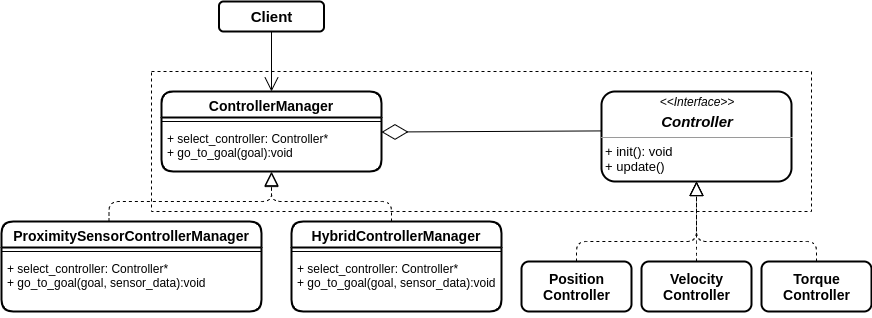
Above: factory_pattern/images/factory_pattern.png in giusebar/design_patterns_robotics (draw.io), before the change. Source tidied: cells renumbered, new cells last; positions are measured from the earlier drawing's top-left corner, leaving out a move shared by most shapes.
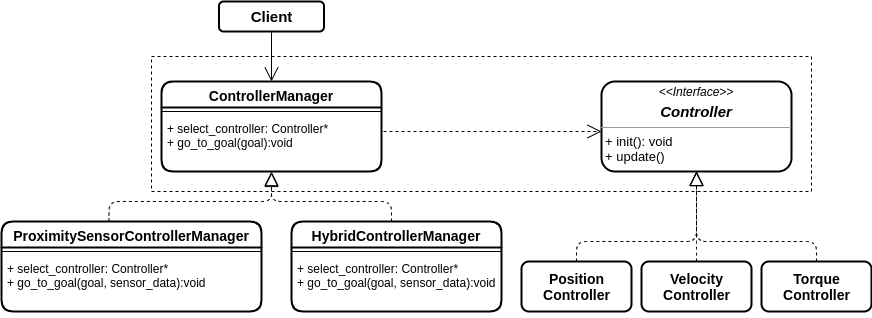
Above is the later version.

Commit message:
update uml for factory pattern

What changed in the source:
```diff
@@ -3,29 +3,26 @@
     <mxCell id="0" />
     <mxCell id="1" parent="0" />
     <mxCell id="2" value="&lt;p style=&quot;margin: 0px ; margin-top: 4px ; text-align: center&quot;&gt;&lt;i&gt;&amp;lt;&amp;lt;Interface&amp;gt;&amp;gt;&lt;/i&gt;&lt;/p&gt;&lt;p style=&quot;margin: 4px 0px 0px ; text-align: center&quot;&gt;&lt;font&gt;&lt;i&gt;&lt;b&gt;&lt;font style=&quot;font-size: 15px&quot;&gt;Controller&lt;/font&gt;&lt;/b&gt;&lt;/i&gt;&lt;/font&gt;&lt;/p&gt;&lt;hr size=&quot;1&quot;&gt;&lt;p style=&quot;margin: 0px 0px 0px 4px ; font-size: 13px&quot;&gt;&lt;font style=&quot;font-size: 13px&quot;&gt;+ init(): void&lt;/font&gt;&lt;/p&gt;&lt;p style=&quot;margin: 0px 0px 0px 4px ; font-size: 13px&quot;&gt;&lt;font style=&quot;font-size: 13px&quot;&gt;+ update()&lt;/font&gt;&lt;/p&gt;" style="verticalAlign=top;align=left;overflow=fill;fontSize=12;fontFamily=Helvetica;html=1;rounded=1;strokeWidth=2;" parent="1" vertex="1">
-      <mxGeometry x="600" y="90" width="190" height="90" as="geometry" />
+      <mxGeometry x="600" y="80" width="190" height="90" as="geometry" />
     </mxCell>
     <mxCell id="3" value="ControllerManager" style="swimlane;fontStyle=1;align=center;verticalAlign=top;horizontal=1;startSize=26;rounded=1;fontSize=14;strokeWidth=2;" parent="1" vertex="1">
-      <mxGeometry x="160" y="90" width="220" height="80" as="geometry" />
+      <mxGeometry x="160" y="80" width="220" height="90" as="geometry" />
     </mxCell>
     <mxCell id="4" style="line;strokeWidth=1;fillColor=none;align=left;verticalAlign=middle;spacingTop=-1;spacingLeft=3;spacingRight=3;labelPosition=right;" parent="3" vertex="1">
       <mxGeometry y="26" width="220" height="8" as="geometry" />
     </mxCell>
     <mxCell id="5" value="+ select_controller: Controller*&#10;+ go_to_goal(goal):void&#10;" style="text;strokeColor=none;fillColor=none;align=left;verticalAlign=top;spacingLeft=4;spacingRight=4;overflow=hidden;points=[[0,0.5],[1,0.5]];portConstraint=eastwest;" parent="3" vertex="1">
-      <mxGeometry y="34" width="220" height="46" as="geometry" />
+      <mxGeometry y="34" width="220" height="56" as="geometry" />
     </mxCell>
-    <mxCell id="6" style="rounded=0;whiteSpace=wrap;html=1;dashed=1;fillColor=none;" parent="1" vertex="1">
-      <mxGeometry x="150" y="70" width="660" height="140" as="geometry" />
-    </mxCell>
+    <mxCell id="24" style="rounded=0;whiteSpace=wrap;html=1;dashed=1;fillColor=none;" parent="1" vertex="1">
+      <mxGeometry x="150" y="55" width="660" height="135" as="geometry" />
+    </mxCell>
     <mxCell id="7" value="&lt;font style=&quot;font-size: 15px&quot;&gt;&lt;b&gt;Client&lt;/b&gt;&lt;/font&gt;" style="html=1;rounded=1;fillColor=none;strokeWidth=2;" parent="1" vertex="1">
       <mxGeometry x="217.5" width="105" height="30" as="geometry" />
     </mxCell>
     <mxCell id="8" style="endArrow=open;endFill=1;endSize=12;html=1;entryX=0.5;entryY=0;entryDx=0;entryDy=0;exitX=0.5;exitY=1;exitDx=0;exitDy=0;" parent="1" edge="1" source="7" target="3">
       <mxGeometry relative="1" as="geometry" />
     </mxCell>
-    <mxCell id="9" style="endArrow=diamondThin;endFill=0;endSize=24;html=1;fontSize=13;exitX=0;exitY=0.438;exitDx=0;exitDy=0;exitPerimeter=0;entryX=1;entryY=0.142;entryDx=0;entryDy=0;entryPerimeter=0;" parent="1" edge="1" source="2" target="5">
-      <mxGeometry relative="1" as="geometry" />
-    </mxCell>
     <mxCell id="10" style="endArrow=block;dashed=1;endFill=0;endSize=12;html=1;fontSize=13;exitX=0.5;exitY=0;exitDx=0;exitDy=0;entryX=0.5;entryY=1;entryDx=0;entryDy=0;" parent="1" edge="1" source="11" target="2">
       <mxGeometry relative="1" as="geometry">
         <Array as="points">
@@ -76,25 +73,34 @@
         </Array>
       </mxGeometry>
     </mxCell>
-    <mxCell id="22" style="endArrow=block;dashed=1;endFill=0;endSize=12;html=1;fontSize=13;exitX=0.5;exitY=0;exitDx=0;exitDy=0;" parent="1" edge="1">
-      <mxGeometry relative="1" as="geometry">
-        <mxPoint x="107.5" y="220" as="sourcePoint" />
-        <mxPoint x="270" y="171" as="targetPoint" />
-        <Array as="points">
-          <mxPoint x="107.5" y="200" />
-          <mxPoint x="270" y="200" />
-        </Array>
-      </mxGeometry>
-    </mxCell>
-    <mxCell id="23" style="endArrow=block;dashed=1;endFill=0;endSize=12;html=1;fontSize=13;exitX=0.5;exitY=0;exitDx=0;exitDy=0;" parent="1" edge="1">
-      <mxGeometry relative="1" as="geometry">
-        <mxPoint x="390" y="220" as="sourcePoint" />
-        <mxPoint x="270" y="170" as="targetPoint" />
-        <Array as="points">
-          <mxPoint x="390" y="200" />
-          <mxPoint x="270" y="200" />
-        </Array>
-      </mxGeometry>
-    </mxCell>
+    <mxCell id="25" style="endArrow=block;dashed=1;endFill=0;endSize=12;html=1;fontSize=13;exitX=0.5;exitY=0;exitDx=0;exitDy=0;" parent="1" edge="1">
+      <mxGeometry relative="1" as="geometry">
+        <mxPoint x="107.5" y="220" as="sourcePoint" />
+        <mxPoint x="270" y="171" as="targetPoint" />
+        <Array as="points">
+          <mxPoint x="107.5" y="200" />
+          <mxPoint x="270" y="200" />
+        </Array>
+      </mxGeometry>
+    </mxCell>
+    <mxCell id="26" style="endArrow=block;dashed=1;endFill=0;endSize=12;html=1;fontSize=13;exitX=0.5;exitY=0;exitDx=0;exitDy=0;" parent="1" edge="1">
+      <mxGeometry relative="1" as="geometry">
+        <mxPoint x="390" y="220" as="sourcePoint" />
+        <mxPoint x="270" y="170" as="targetPoint" />
+        <Array as="points">
+          <mxPoint x="390" y="200" />
+          <mxPoint x="270" y="200" />
+        </Array>
+      </mxGeometry>
+    </mxCell>
+    <mxCell id="27" style="endArrow=open;dashed=1;endFill=0;endSize=12;html=1;" parent="1" edge="1">
+      <mxGeometry relative="1" as="geometry">
+        <mxPoint x="382" y="130" as="sourcePoint" />
+        <mxPoint x="600" y="130" as="targetPoint" />
+        <Array as="points">
+          <mxPoint x="450" y="130" />
+        </Array>
+      </mxGeometry>
+    </mxCell>
   </root>
 </mxGraphModel>
```
